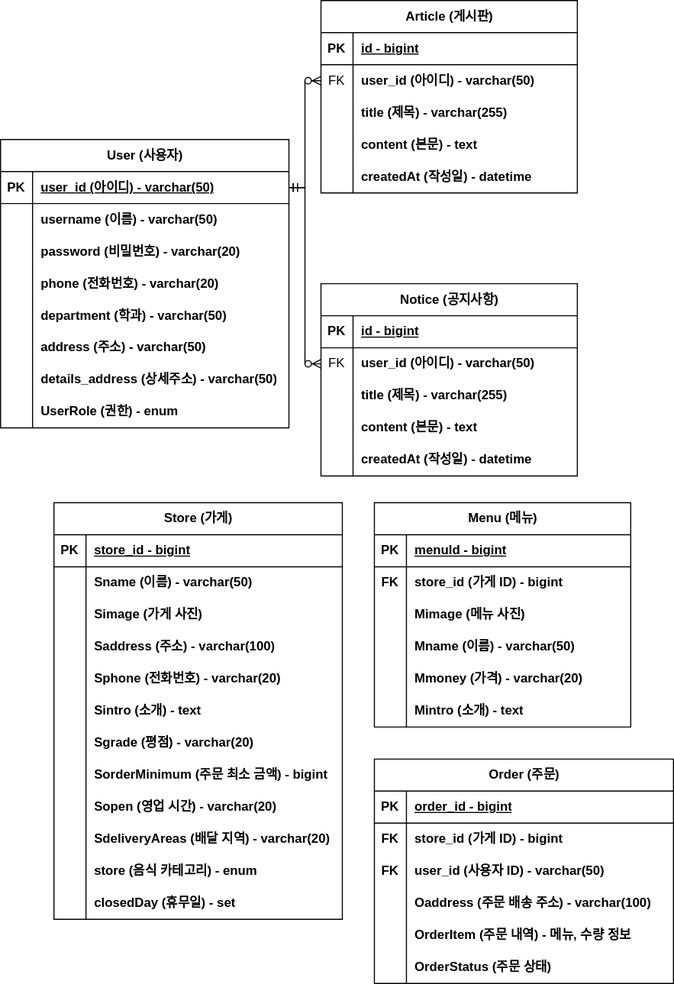
Before: document/ERD.svg, a diagram exported from draw.io (minju-sin/delivery). Source tidied: cells renumbered, new cells last; positions are measured from the earlier drawing's top-left corner, leaving out a move shared by most shapes.
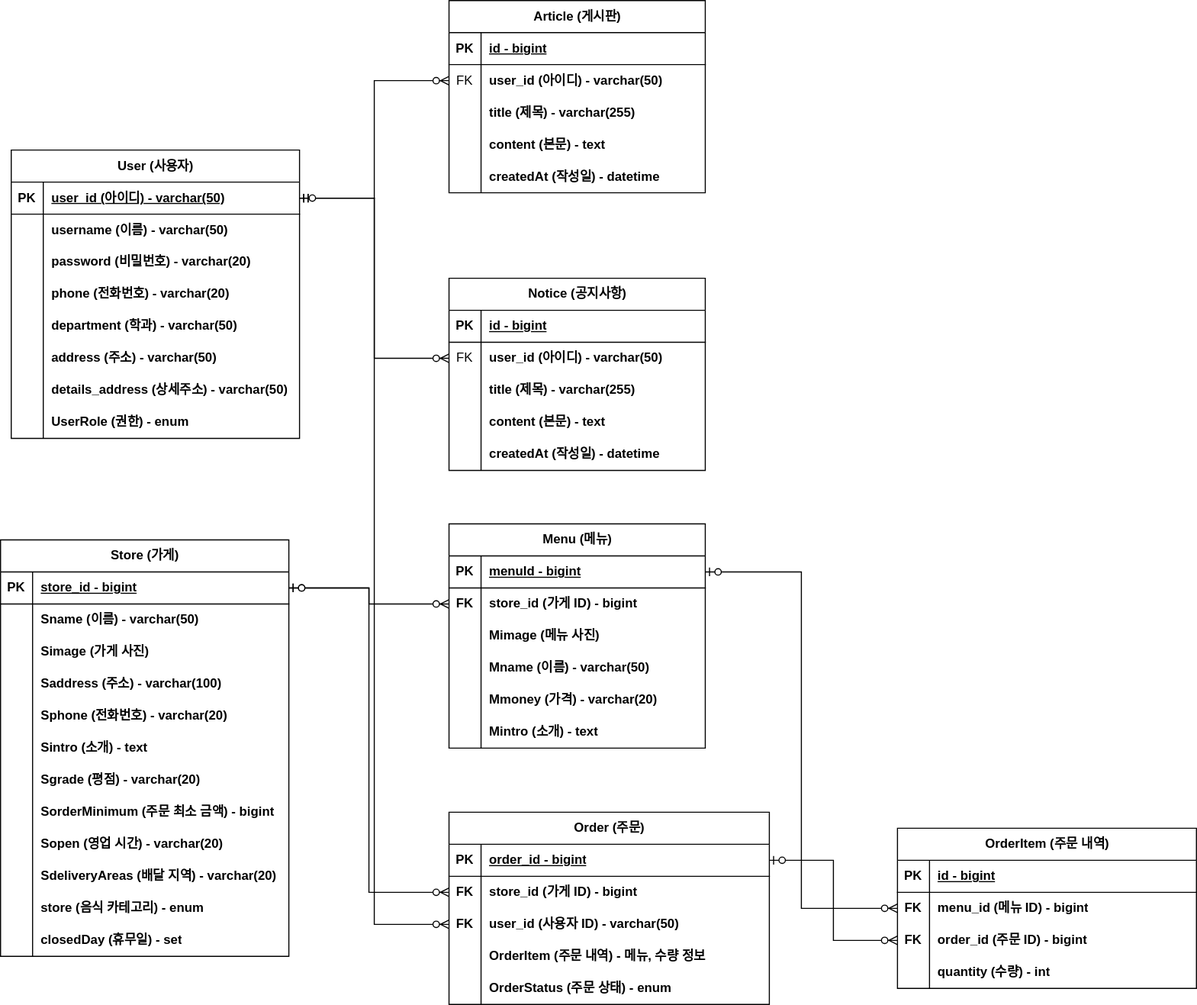
After the commit.

Diff of the diagram source:
```diff
@@ -3,7 +3,7 @@
     <mxCell id="0" />
     <mxCell id="1" parent="0" />
     <mxCell id="2" value="User (사용자)" style="shape=table;startSize=30;rowLines=0;fontStyle=1;align=center;html=1;" parent="1" vertex="1">
-      <mxGeometry y="130" width="270" height="270" as="geometry" />
+      <mxGeometry x="60" y="120" width="270" height="270" as="geometry" />
     </mxCell>
     <mxCell id="3" style="shape=tableRow;horizontal=0;startSize=0;swimlaneHead=0;swimlaneBody=0;fillColor=none;points=[[0,0.5],[1,0.5]];portConstraint=eastwest;top=0;left=0;right=0;bottom=1;" parent="2" vertex="1">
       <mxGeometry y="30" width="270" height="30" as="geometry" />
@@ -78,7 +78,7 @@
       <mxGeometry x="30" width="240" height="30" as="geometry" />
     </mxCell>
     <mxCell id="27" value="Article (게시판)" style="shape=table;startSize=30;rowLines=0;fontStyle=1;align=center;html=1;" parent="1" vertex="1">
-      <mxGeometry x="300" width="240" height="180" as="geometry" />
+      <mxGeometry x="470" y="-20" width="240" height="180" as="geometry" />
     </mxCell>
     <mxCell id="28" style="shape=tableRow;horizontal=0;startSize=0;swimlaneHead=0;swimlaneBody=0;fillColor=none;top=0;left=0;right=0;bottom=1;" parent="27" vertex="1">
       <mxGeometry y="30" width="240" height="30" as="geometry" />
@@ -129,7 +129,7 @@
       <mxGeometry relative="1" as="geometry" />
     </mxCell>
     <mxCell id="44" value="Notice (공지사항)" style="shape=table;startSize=30;rowLines=0;fontStyle=1;align=center;html=1;" parent="1" vertex="1">
-      <mxGeometry x="300" y="265" width="240" height="180" as="geometry" />
+      <mxGeometry x="470" y="240" width="240" height="180" as="geometry" />
     </mxCell>
     <mxCell id="45" style="shape=tableRow;horizontal=0;startSize=0;swimlaneHead=0;swimlaneBody=0;fillColor=none;top=0;left=0;right=0;bottom=1;" parent="44" vertex="1">
       <mxGeometry y="30" width="240" height="30" as="geometry" />
@@ -180,7 +180,7 @@
       <mxGeometry relative="1" as="geometry" />
     </mxCell>
     <mxCell id="61" value="Store (가게)" style="shape=table;startSize=30;rowLines=0;fontStyle=1;align=center;html=1;" parent="1" vertex="1">
-      <mxGeometry x="50" y="470" width="270" height="390" as="geometry" />
+      <mxGeometry x="50" y="485" width="270" height="390" as="geometry" />
     </mxCell>
     <mxCell id="62" style="shape=tableRow;horizontal=0;startSize=0;swimlaneHead=0;swimlaneBody=0;fillColor=none;points=[[0,0.5],[1,0.5]];portConstraint=eastwest;top=0;left=0;right=0;bottom=1;" parent="61" vertex="1">
       <mxGeometry y="30" width="270" height="30" as="geometry" />
@@ -291,7 +291,7 @@
       <mxGeometry x="30" width="240" height="30" as="geometry" />
     </mxCell>
     <mxCell id="98" value="&lt;b&gt;Menu (메뉴)&lt;/b&gt;" style="shape=table;startSize=30;rowLines=0;fontStyle=0;align=center;html=1;" parent="1" vertex="1">
-      <mxGeometry x="350" y="470" width="240" height="210" as="geometry" />
+      <mxGeometry x="470" y="470" width="240" height="210" as="geometry" />
     </mxCell>
     <mxCell id="99" style="shape=tableRow;horizontal=0;startSize=0;swimlaneHead=0;swimlaneBody=0;fillColor=none;points=[[0,0.5],[1,0.5]];portConstraint=eastwest;top=0;left=0;right=0;bottom=1;" parent="98" vertex="1">
       <mxGeometry y="30" width="240" height="30" as="geometry" />
@@ -348,61 +348,106 @@
       <mxGeometry x="30" width="210" height="30" as="geometry" />
     </mxCell>
     <mxCell id="117" value="&lt;b&gt;Order (주문)&lt;/b&gt;" style="shape=table;startSize=30;rowLines=0;fontStyle=0;align=center;html=1;" parent="1" vertex="1">
-      <mxGeometry x="350" y="710" width="280" height="210" as="geometry" />
+      <mxGeometry x="470" y="740" width="300" height="180" as="geometry" />
     </mxCell>
     <mxCell id="118" style="shape=tableRow;horizontal=0;startSize=0;swimlaneHead=0;swimlaneBody=0;fillColor=none;points=[[0,0.5],[1,0.5]];portConstraint=eastwest;top=0;left=0;right=0;bottom=1;" parent="117" vertex="1">
-      <mxGeometry y="30" width="280" height="30" as="geometry" />
+      <mxGeometry y="30" width="300" height="30" as="geometry" />
     </mxCell>
     <mxCell id="119" value="PK" style="shape=partialRectangle;fillColor=none;top=0;left=0;bottom=0;right=0;fontStyle=1;overflow=hidden;whiteSpace=wrap;html=1;" parent="118" vertex="1">
       <mxGeometry width="30" height="30" as="geometry" />
     </mxCell>
     <mxCell id="120" value="order_id - bigint" style="shape=partialRectangle;fillColor=none;top=0;left=0;bottom=0;right=0;align=left;spacingLeft=6;fontStyle=5;overflow=hidden;whiteSpace=wrap;html=1;" parent="118" vertex="1">
-      <mxGeometry x="30" width="250" height="30" as="geometry" />
+      <mxGeometry x="30" width="270" height="30" as="geometry" />
     </mxCell>
     <mxCell id="121" style="shape=tableRow;horizontal=0;startSize=0;swimlaneHead=0;swimlaneBody=0;fillColor=none;points=[[0,0.5],[1,0.5]];portConstraint=eastwest;top=0;left=0;right=0;bottom=0;" parent="117" vertex="1">
-      <mxGeometry y="60" width="280" height="30" as="geometry" />
+      <mxGeometry y="60" width="300" height="30" as="geometry" />
     </mxCell>
     <mxCell id="122" value="&lt;b&gt;FK&lt;/b&gt;" style="shape=partialRectangle;fillColor=none;top=0;left=0;bottom=0;right=0;overflow=hidden;whiteSpace=wrap;html=1;" parent="121" vertex="1">
       <mxGeometry width="30" height="30" as="geometry" />
     </mxCell>
     <mxCell id="123" value="store_id (가게 ID) - bigint" style="shape=partialRectangle;fillColor=none;top=0;left=0;bottom=0;right=0;align=left;spacingLeft=6;overflow=hidden;whiteSpace=wrap;html=1;fontStyle=1;" parent="121" vertex="1">
-      <mxGeometry x="30" width="250" height="30" as="geometry" />
+      <mxGeometry x="30" width="270" height="30" as="geometry" />
     </mxCell>
     <mxCell id="124" style="shape=tableRow;horizontal=0;startSize=0;swimlaneHead=0;swimlaneBody=0;fillColor=none;points=[[0,0.5],[1,0.5]];portConstraint=eastwest;top=0;left=0;right=0;bottom=0;" parent="117" vertex="1">
-      <mxGeometry y="90" width="280" height="30" as="geometry" />
+      <mxGeometry y="90" width="300" height="30" as="geometry" />
     </mxCell>
     <mxCell id="125" value="FK" style="shape=partialRectangle;fillColor=none;top=0;left=0;bottom=0;right=0;overflow=hidden;whiteSpace=wrap;html=1;fontStyle=1;" parent="124" vertex="1">
       <mxGeometry width="30" height="30" as="geometry" />
     </mxCell>
     <mxCell id="126" value="user_id (사용자 ID) - varchar(50)" style="shape=partialRectangle;fillColor=none;top=0;left=0;bottom=0;right=0;align=left;spacingLeft=6;overflow=hidden;whiteSpace=wrap;html=1;fontStyle=1;" parent="124" vertex="1">
-      <mxGeometry x="30" width="250" height="30" as="geometry" />
+      <mxGeometry x="30" width="270" height="30" as="geometry" />
     </mxCell>
-    <mxCell id="127" style="shape=tableRow;horizontal=0;startSize=0;swimlaneHead=0;swimlaneBody=0;fillColor=none;top=0;left=0;right=0;bottom=0;fontStyle=1;" parent="117" vertex="1">
-      <mxGeometry y="120" width="280" height="30" as="geometry" />
-    </mxCell>
-    <mxCell id="128" style="shape=partialRectangle;fillColor=none;top=0;left=0;bottom=0;right=0;overflow=hidden;whiteSpace=wrap;html=1;" parent="127" vertex="1">
-      <mxGeometry width="30" height="30" as="geometry" />
-    </mxCell>
-    <mxCell id="129" value="Oaddress (주문 배송 주소) - varchar(100)" style="shape=partialRectangle;fillColor=none;top=0;left=0;bottom=0;right=0;align=left;spacingLeft=6;overflow=hidden;whiteSpace=wrap;html=1;fontStyle=1;" parent="127" vertex="1">
-      <mxGeometry x="30" width="250" height="30" as="geometry" />
-    </mxCell>
     <mxCell id="130" style="shape=tableRow;horizontal=0;startSize=0;swimlaneHead=0;swimlaneBody=0;fillColor=none;top=0;left=0;right=0;bottom=0;fontStyle=1;" parent="117" vertex="1">
-      <mxGeometry y="150" width="280" height="30" as="geometry" />
+      <mxGeometry y="120" width="300" height="30" as="geometry" />
     </mxCell>
     <mxCell id="131" style="shape=partialRectangle;fillColor=none;top=0;left=0;bottom=0;right=0;overflow=hidden;whiteSpace=wrap;html=1;" parent="130" vertex="1">
       <mxGeometry width="30" height="30" as="geometry" />
     </mxCell>
     <mxCell id="132" value="OrderItem (주문 내역) - 메뉴, 수량 정보" style="shape=partialRectangle;fillColor=none;top=0;left=0;bottom=0;right=0;align=left;spacingLeft=6;overflow=hidden;whiteSpace=wrap;html=1;fontStyle=1;" parent="130" vertex="1">
-      <mxGeometry x="30" width="250" height="30" as="geometry" />
+      <mxGeometry x="30" width="270" height="30" as="geometry" />
     </mxCell>
     <mxCell id="133" style="shape=tableRow;horizontal=0;startSize=0;swimlaneHead=0;swimlaneBody=0;fillColor=none;top=0;left=0;right=0;bottom=0;fontStyle=1;" parent="117" vertex="1">
-      <mxGeometry y="180" width="280" height="30" as="geometry" />
+      <mxGeometry y="150" width="300" height="30" as="geometry" />
     </mxCell>
     <mxCell id="134" style="shape=partialRectangle;fillColor=none;top=0;left=0;bottom=0;right=0;overflow=hidden;whiteSpace=wrap;html=1;" parent="133" vertex="1">
       <mxGeometry width="30" height="30" as="geometry" />
     </mxCell>
-    <mxCell id="135" value="OrderStatus (주문 상태)" style="shape=partialRectangle;fillColor=none;top=0;left=0;bottom=0;right=0;align=left;spacingLeft=6;overflow=hidden;whiteSpace=wrap;html=1;fontStyle=1;" parent="133" vertex="1">
-      <mxGeometry x="30" width="250" height="30" as="geometry" />
+    <mxCell id="135" value="OrderStatus (주문 상태) - enum" style="shape=partialRectangle;fillColor=none;top=0;left=0;bottom=0;right=0;align=left;spacingLeft=6;overflow=hidden;whiteSpace=wrap;html=1;fontStyle=1;" parent="133" vertex="1">
+      <mxGeometry x="30" width="270" height="30" as="geometry" />
     </mxCell>
+    <mxCell id="136" value="&lt;b&gt;OrderItem (주문 내역)&lt;/b&gt;" style="shape=table;startSize=30;rowLines=0;fontStyle=0;align=center;html=1;" parent="1" vertex="1">
+      <mxGeometry x="890" y="755" width="280" height="150" as="geometry" />
+    </mxCell>
+    <mxCell id="137" style="shape=tableRow;horizontal=0;startSize=0;swimlaneHead=0;swimlaneBody=0;fillColor=none;top=0;left=0;right=0;bottom=1;" parent="136" vertex="1">
+      <mxGeometry y="30" width="280" height="30" as="geometry" />
+    </mxCell>
+    <mxCell id="138" value="PK" style="shape=partialRectangle;fillColor=none;top=0;left=0;bottom=0;right=0;fontStyle=1;overflow=hidden;whiteSpace=wrap;html=1;" parent="137" vertex="1">
+      <mxGeometry width="30" height="30" as="geometry" />
+    </mxCell>
+    <mxCell id="139" value="id - bigint" style="shape=partialRectangle;fillColor=none;top=0;left=0;bottom=0;right=0;align=left;spacingLeft=6;fontStyle=5;overflow=hidden;whiteSpace=wrap;html=1;" parent="137" vertex="1">
+      <mxGeometry x="30" width="250" height="30" as="geometry" />
+    </mxCell>
+    <mxCell id="140" style="shape=tableRow;horizontal=0;startSize=0;swimlaneHead=0;swimlaneBody=0;fillColor=none;points=[[0,0.5],[1,0.5]];portConstraint=eastwest;top=0;left=0;right=0;bottom=0;" parent="136" vertex="1">
+      <mxGeometry y="60" width="280" height="30" as="geometry" />
+    </mxCell>
+    <mxCell id="141" value="&lt;b&gt;FK&lt;/b&gt;" style="shape=partialRectangle;fillColor=none;top=0;left=0;bottom=0;right=0;overflow=hidden;whiteSpace=wrap;html=1;" parent="140" vertex="1">
+      <mxGeometry width="30" height="30" as="geometry" />
+    </mxCell>
+    <mxCell id="142" value="menu_id (메뉴 ID) - bigint" style="shape=partialRectangle;fillColor=none;top=0;left=0;bottom=0;right=0;align=left;spacingLeft=6;overflow=hidden;whiteSpace=wrap;html=1;fontStyle=1;" parent="140" vertex="1">
+      <mxGeometry x="30" width="250" height="30" as="geometry" />
+    </mxCell>
+    <mxCell id="143" style="shape=tableRow;horizontal=0;startSize=0;swimlaneHead=0;swimlaneBody=0;fillColor=none;points=[[0,0.5],[1,0.5]];portConstraint=eastwest;top=0;left=0;right=0;bottom=0;" parent="136" vertex="1">
+      <mxGeometry y="90" width="280" height="30" as="geometry" />
+    </mxCell>
+    <mxCell id="144" value="FK" style="shape=partialRectangle;fillColor=none;top=0;left=0;bottom=0;right=0;overflow=hidden;whiteSpace=wrap;html=1;fontStyle=1;" parent="143" vertex="1">
+      <mxGeometry width="30" height="30" as="geometry" />
+    </mxCell>
+    <mxCell id="145" value="order_id (주문 ID) - bigint" style="shape=partialRectangle;fillColor=none;top=0;left=0;bottom=0;right=0;align=left;spacingLeft=6;overflow=hidden;whiteSpace=wrap;html=1;fontStyle=1;" parent="143" vertex="1">
+      <mxGeometry x="30" width="250" height="30" as="geometry" />
+    </mxCell>
+    <mxCell id="127" style="shape=tableRow;horizontal=0;startSize=0;swimlaneHead=0;swimlaneBody=0;fillColor=none;top=0;left=0;right=0;bottom=0;fontStyle=1;" parent="136" vertex="1">
+      <mxGeometry y="120" width="280" height="30" as="geometry" />
+    </mxCell>
+    <mxCell id="128" style="shape=partialRectangle;fillColor=none;top=0;left=0;bottom=0;right=0;overflow=hidden;whiteSpace=wrap;html=1;" parent="127" vertex="1">
+      <mxGeometry width="30" height="30" as="geometry" />
+    </mxCell>
+    <mxCell id="146" value="quantity (수량) - int" style="shape=partialRectangle;fillColor=none;top=0;left=0;bottom=0;right=0;align=left;spacingLeft=6;overflow=hidden;whiteSpace=wrap;html=1;fontStyle=1;" parent="127" vertex="1">
+      <mxGeometry x="30" width="250" height="30" as="geometry" />
+    </mxCell>
+    <mxCell id="147" style="edgeStyle=orthogonalEdgeStyle;fontSize=12;html=1;endArrow=ERzeroToMany;startArrow=ERzeroToOne;rounded=0;exitX=1;exitY=0.5;exitDx=0;exitDy=0;entryX=0;entryY=0.5;entryDx=0;entryDy=0;" parent="1" edge="1" source="62" target="102">
+      <mxGeometry relative="1" as="geometry" />
+    </mxCell>
+    <mxCell id="148" style="edgeStyle=orthogonalEdgeStyle;fontSize=12;html=1;endArrow=ERzeroToMany;startArrow=ERzeroToOne;rounded=0;entryX=0;entryY=0.5;entryDx=0;entryDy=0;exitX=1;exitY=0.5;exitDx=0;exitDy=0;" parent="1" edge="1" source="62" target="121">
+      <mxGeometry relative="1" as="geometry" />
+    </mxCell>
+    <mxCell id="149" style="edgeStyle=orthogonalEdgeStyle;fontSize=12;html=1;endArrow=ERzeroToMany;startArrow=ERzeroToOne;rounded=0;entryX=0;entryY=0.5;entryDx=0;entryDy=0;exitX=1;exitY=0.5;exitDx=0;exitDy=0;" parent="1" edge="1" source="3" target="124">
+      <mxGeometry relative="1" as="geometry" />
+    </mxCell>
+    <mxCell id="150" style="edgeStyle=orthogonalEdgeStyle;fontSize=12;html=1;endArrow=ERzeroToMany;startArrow=ERzeroToOne;rounded=0;exitX=1;exitY=0.5;exitDx=0;exitDy=0;entryX=0;entryY=0.5;entryDx=0;entryDy=0;" parent="1" edge="1" source="118" target="143">
+      <mxGeometry relative="1" as="geometry" />
+    </mxCell>
+    <mxCell id="151" style="edgeStyle=orthogonalEdgeStyle;fontSize=12;html=1;endArrow=ERzeroToMany;startArrow=ERzeroToOne;rounded=0;exitX=1;exitY=0.5;exitDx=0;exitDy=0;entryX=0;entryY=0.5;entryDx=0;entryDy=0;" parent="1" edge="1" source="99" target="140">
+      <mxGeometry relative="1" as="geometry" />
+    </mxCell>
   </root>
 </mxGraphModel>
```
